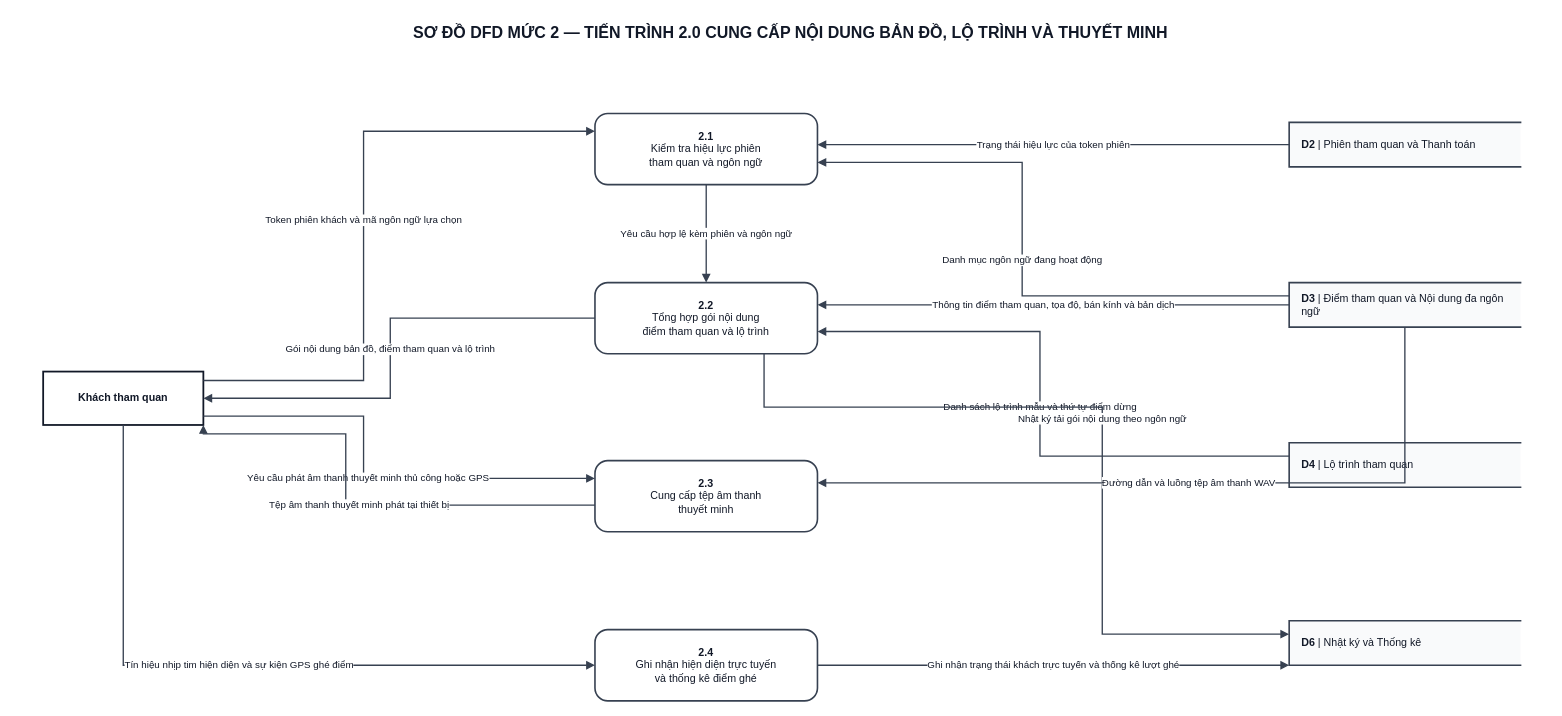
The draw.io diagram docs/diagram/dfd/DFD_Level_2_P2_Visitor_Content_Audio.drawio in Kazuken123/prj_sgu26_cnpm, before the edit. Source tidied: cells renumbered, new cells numbered last; positions are measured from the earlier drawing's top-left corner, leaving out a move shared by most shapes. Both pictures are drawn from the tidied source at 89%, with x=0, y=0 at pixel (34, 15).
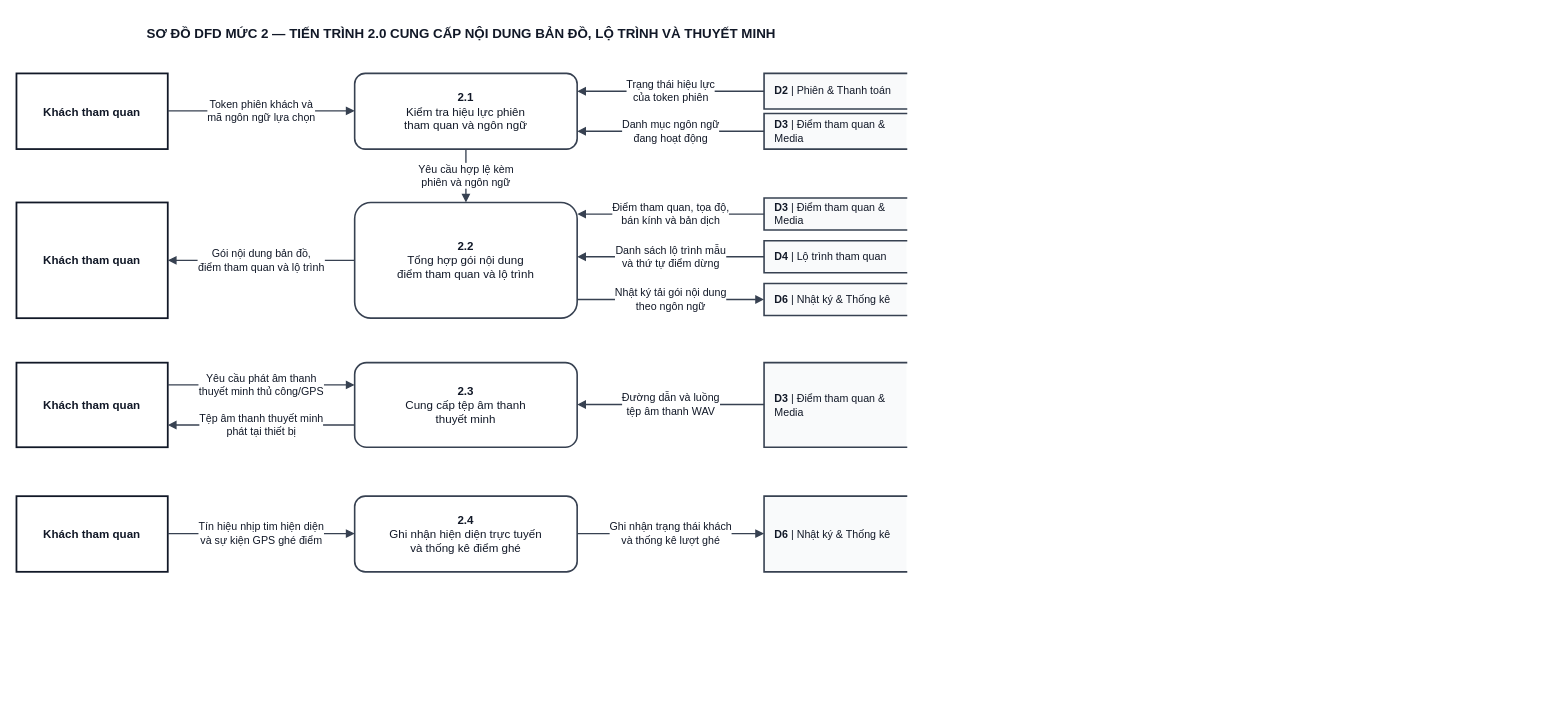
After the change.

What changed in the source:
```diff
@@
-    <mxCell id="2" value="SƠ ĐỒ DFD MỨC 2 — TIẾN TRÌNH 2.0 CUNG CẤP NỘI DUNG BẢN ĐỒ, LỘ TRÌNH VÀ THUYẾT MINH" style="text;html=1;align=center;verticalAlign=middle;whiteSpace=wrap;fontFamily=Arial;fontSize=18;fontStyle=1;fillColor=none;strokeColor=none;fontColor=#111827;" parent="1" vertex="1">
-      <mxGeometry width="1700" height="40" as="geometry" />
+    <mxCell id="2" value="SƠ ĐỒ DFD MỨC 2 — TIẾN TRÌNH 2.0 CUNG CẤP NỘI DUNG BẢN ĐỒ, LỘ TRÌNH VÀ THUYẾT MINH" style="text;html=1;align=center;verticalAlign=middle;whiteSpace=wrap;fontFamily=Arial;fontSize=15;fontStyle=1;fillColor=none;strokeColor=none;fontColor=#111827;" parent="1" vertex="1">
+      <mxGeometry x="-20" width="1000" height="40" as="geometry" />
     </mxCell>
-    <mxCell id="3" value="Khách tham quan" style="rounded=0;whiteSpace=wrap;html=1;fillColor=#FFFFFF;strokeColor=#111827;strokeWidth=2;fontFamily=Arial;fontSize=12;fontStyle=1;fontColor=#111827;align=center;" parent="1" vertex="1">
-      <mxGeometry x="10" y="400" width="180" height="60" as="geometry" />
-    </mxCell>
-    <mxCell id="4" value="&lt;b&gt;D2&lt;/b&gt; | Phiên tham quan và Thanh toán" style="shape=partialRectangle;whiteSpace=wrap;html=1;left=1;right=0;top=1;bottom=1;fillColor=#F9FAFB;strokeColor=#374151;strokeWidth=1.8;fontFamily=Arial;fontSize=12;fontColor=#111827;align=left;spacingLeft=12;" parent="1" vertex="1">
-      <mxGeometry x="1410" y="120" width="260" height="50" as="geometry" />
-    </mxCell>
-    <mxCell id="5" value="&lt;b&gt;D3&lt;/b&gt; | Điểm tham quan và Nội dung đa ngôn ngữ" style="shape=partialRectangle;whiteSpace=wrap;html=1;left=1;right=0;top=1;bottom=1;fillColor=#F9FAFB;strokeColor=#374151;strokeWidth=1.8;fontFamily=Arial;fontSize=12;fontColor=#111827;align=left;spacingLeft=12;" parent="1" vertex="1">
-      <mxGeometry x="1410" y="300" width="260" height="50" as="geometry" />
-    </mxCell>
-    <mxCell id="6" value="&lt;b&gt;D4&lt;/b&gt; | Lộ trình tham quan" style="shape=partialRectangle;whiteSpace=wrap;html=1;left=1;right=0;top=1;bottom=1;fillColor=#F9FAFB;strokeColor=#374151;strokeWidth=1.8;fontFamily=Arial;fontSize=12;fontColor=#111827;align=left;spacingLeft=12;" parent="1" vertex="1">
-      <mxGeometry x="1410" y="480" width="260" height="50" as="geometry" />
-    </mxCell>
-    <mxCell id="7" value="&lt;b&gt;D6&lt;/b&gt; | Nhật ký và Thống kê" style="shape=partialRectangle;whiteSpace=wrap;html=1;left=1;right=0;top=1;bottom=1;fillColor=#F9FAFB;strokeColor=#374151;strokeWidth=1.8;fontFamily=Arial;fontSize=12;fontColor=#111827;align=left;spacingLeft=12;" parent="1" vertex="1">
-      <mxGeometry x="1410" y="680" width="260" height="50" as="geometry" />
-    </mxCell>
-    <mxCell id="8" value="&lt;b&gt;2.1&lt;/b&gt;&lt;br/&gt;Kiểm tra hiệu lực phiên&lt;br/&gt;tham quan và ngôn ngữ" style="rounded=1;arcSize=18;whiteSpace=wrap;html=1;fillColor=#FFFFFF;strokeColor=#374151;strokeWidth=1.8;fontFamily=Arial;fontSize=12;fontColor=#111827;align=center;" parent="1" vertex="1">
-      <mxGeometry x="630" y="110" width="250" height="80" as="geometry" />
+    <mxCell id="8" value="&lt;b&gt;2.1&lt;/b&gt;&lt;br/&gt;Kiểm tra hiệu lực phiên&lt;br/&gt;tham quan và ngôn ngữ" style="rounded=1;arcSize=14;whiteSpace=wrap;html=1;fillColor=#FFFFFF;strokeColor=#374151;strokeWidth=1.8;fontFamily=Arial;fontSize=13;fontColor=#111827;align=center;" parent="1" vertex="1">
+      <mxGeometry x="360" y="65" width="250" height="85" as="geometry" />
     </mxCell>
-    <mxCell id="9" value="&lt;b&gt;2.2&lt;/b&gt;&lt;br/&gt;Tổng hợp gói nội dung&lt;br/&gt;điểm tham quan và lộ trình" style="rounded=1;arcSize=18;whiteSpace=wrap;html=1;fillColor=#FFFFFF;strokeColor=#374151;strokeWidth=1.8;fontFamily=Arial;fontSize=12;fontColor=#111827;align=center;" parent="1" vertex="1">
-      <mxGeometry x="630" y="300" width="250" height="80" as="geometry" />
+    <mxCell id="9" value="&lt;b&gt;2.2&lt;/b&gt;&lt;br/&gt;Tổng hợp gói nội dung&lt;br/&gt;điểm tham quan và lộ trình" style="rounded=1;arcSize=14;whiteSpace=wrap;html=1;fillColor=#FFFFFF;strokeColor=#374151;strokeWidth=1.8;fontFamily=Arial;fontSize=13;fontColor=#111827;align=center;" parent="1" vertex="1">
+      <mxGeometry x="360" y="210" width="250" height="130" as="geometry" />
     </mxCell>
-    <mxCell id="10" value="&lt;b&gt;2.3&lt;/b&gt;&lt;br/&gt;Cung cấp tệp âm thanh&lt;br/&gt;thuyết minh" style="rounded=1;arcSize=18;whiteSpace=wrap;html=1;fillColor=#FFFFFF;strokeColor=#374151;strokeWidth=1.8;fontFamily=Arial;fontSize=12;fontColor=#111827;align=center;" parent="1" vertex="1">
-      <mxGeometry x="630" y="500" width="250" height="80" as="geometry" />
+    <mxCell id="10" value="&lt;b&gt;2.3&lt;/b&gt;&lt;br/&gt;Cung cấp tệp âm thanh&lt;br/&gt;thuyết minh" style="rounded=1;arcSize=14;whiteSpace=wrap;html=1;fillColor=#FFFFFF;strokeColor=#374151;strokeWidth=1.8;fontFamily=Arial;fontSize=13;fontColor=#111827;align=center;" parent="1" vertex="1">
+      <mxGeometry x="360" y="390" width="250" height="95" as="geometry" />
     </mxCell>
-    <mxCell id="11" value="&lt;b&gt;2.4&lt;/b&gt;&lt;br/&gt;Ghi nhận hiện diện trực tuyến&lt;br/&gt;và thống kê điểm ghé" style="rounded=1;arcSize=18;whiteSpace=wrap;html=1;fillColor=#FFFFFF;strokeColor=#374151;strokeWidth=1.8;fontFamily=Arial;fontSize=12;fontColor=#111827;align=center;" parent="1" vertex="1">
-      <mxGeometry x="630" y="690" width="250" height="80" as="geometry" />
+    <mxCell id="11" value="&lt;b&gt;2.4&lt;/b&gt;&lt;br/&gt;Ghi nhận hiện diện trực tuyến&lt;br/&gt;và thống kê điểm ghé" style="rounded=1;arcSize=14;whiteSpace=wrap;html=1;fillColor=#FFFFFF;strokeColor=#374151;strokeWidth=1.8;fontFamily=Arial;fontSize=13;fontColor=#111827;align=center;" parent="1" vertex="1">
+      <mxGeometry x="360" y="540" width="250" height="85" as="geometry" />
     </mxCell>
+    <mxCell id="15" value="Yêu cầu hợp lệ kèm&lt;br/&gt;phiên và ngôn ngữ" style="edgeStyle=none;rounded=0;html=1;exitX=0.5;exitY=1;entryX=0.5;entryY=0;strokeColor=#374151;strokeWidth=1.5;endArrow=block;endFill=1;fontFamily=Arial;fontSize=12;fontColor=#111827;labelBackgroundColor=#FFFFFF;" parent="1" edge="1" source="8" target="9">
+      <mxGeometry relative="1" as="geometry" />
+    </mxCell>
+    <mxCell id="25" value="Khách tham quan" style="rounded=0;whiteSpace=wrap;html=1;fillColor=#FFFFFF;strokeColor=#111827;strokeWidth=2;fontFamily=Arial;fontSize=13;fontStyle=1;fontColor=#111827;align=center;" parent="1" vertex="1">
+      <mxGeometry x="-20" y="65" width="170" height="85" as="geometry" />
+    </mxCell>
+    <mxCell id="26" value="&lt;b&gt;D2&lt;/b&gt; | Phiên &amp;amp; Thanh toán" style="shape=partialRectangle;whiteSpace=wrap;html=1;left=1;right=0;top=1;bottom=1;fillColor=#F9FAFB;strokeColor=#374151;strokeWidth=1.8;fontFamily=Arial;fontSize=12;fontColor=#111827;align=left;spacingLeft=10;" parent="1" vertex="1">
+      <mxGeometry x="820" y="65" width="160" height="40" as="geometry" />
+    </mxCell>
+    <mxCell id="27" value="&lt;b&gt;D3&lt;/b&gt; | Điểm tham quan &amp;amp; Media" style="shape=partialRectangle;whiteSpace=wrap;html=1;left=1;right=0;top=1;bottom=1;fillColor=#F9FAFB;strokeColor=#374151;strokeWidth=1.8;fontFamily=Arial;fontSize=12;fontColor=#111827;align=left;spacingLeft=10;" parent="1" vertex="1">
+      <mxGeometry x="820" y="110" width="160" height="40" as="geometry" />
+    </mxCell>
-    <mxCell id="12" value="Token phiên khách và mã ngôn ngữ lựa chọn" style="edgeStyle=orthogonalEdgeStyle;rounded=0;jettySize=auto;html=1;strokeColor=#374151;strokeWidth=1.5;endArrow=block;endFill=1;fontFamily=Arial;fontSize=11;fontColor=#111827;labelBackgroundColor=#FFFFFF;" parent="1" edge="1" source="3" target="8">
-      <mxGeometry relative="1" as="geometry">
-        <Array as="points">
-          <mxPoint x="190" y="410" />
-          <mxPoint x="370" y="410" />
-          <mxPoint x="370" y="130" />
-        </Array>
-      </mxGeometry>
+    <mxCell id="12" value="Token phiên khách và&lt;br/&gt;mã ngôn ngữ lựa chọn" style="edgeStyle=none;rounded=0;html=1;exitX=1.0;exitY=0.4941;entryX=0.0;entryY=0.4941;strokeColor=#374151;strokeWidth=1.5;endArrow=block;endFill=1;fontFamily=Arial;fontSize=12;fontColor=#111827;labelBackgroundColor=#FFFFFF;" parent="1" edge="1" source="25" target="8">
+      <mxGeometry relative="1" as="geometry" />
     </mxCell>
-    <mxCell id="13" value="Trạng thái hiệu lực của token phiên" style="edgeStyle=orthogonalEdgeStyle;rounded=0;jettySize=auto;html=1;strokeColor=#374151;strokeWidth=1.5;endArrow=block;endFill=1;fontFamily=Arial;fontSize=11;fontColor=#111827;labelBackgroundColor=#FFFFFF;" parent="1" edge="1" source="4" target="8">
-      <mxGeometry relative="1" as="geometry">
-        <Array as="points">
-          <mxPoint x="1410" y="135" />
-          <mxPoint x="880" y="135" />
-        </Array>
-      </mxGeometry>
+    <mxCell id="13" value="Trạng thái hiệu lực&lt;br/&gt;của token phiên" style="edgeStyle=none;rounded=0;html=1;exitX=0.0;exitY=0.5;entryX=1.0;entryY=0.2353;strokeColor=#374151;strokeWidth=1.5;endArrow=block;endFill=1;fontFamily=Arial;fontSize=12;fontColor=#111827;labelBackgroundColor=#FFFFFF;" parent="1" edge="1" source="26" target="8">
+      <mxGeometry relative="1" as="geometry" />
     </mxCell>
-    <mxCell id="14" value="Danh mục ngôn ngữ đang hoạt động" style="edgeStyle=orthogonalEdgeStyle;rounded=0;jettySize=auto;html=1;strokeColor=#374151;strokeWidth=1.5;endArrow=block;endFill=1;fontFamily=Arial;fontSize=11;fontColor=#111827;labelBackgroundColor=#FFFFFF;" parent="1" edge="1" source="5" target="8">
-      <mxGeometry relative="1" as="geometry">
-        <Array as="points">
-          <mxPoint x="1410" y="315" />
-          <mxPoint x="1110" y="315" />
-          <mxPoint x="1110" y="165" />
-          <mxPoint x="880" y="165" />
-        </Array>
-      </mxGeometry>
+    <mxCell id="14" value="Danh mục ngôn ngữ&lt;br/&gt;đang hoạt động" style="edgeStyle=none;rounded=0;html=1;exitX=0.0;exitY=0.5;entryX=1.0;entryY=0.7647;strokeColor=#374151;strokeWidth=1.5;endArrow=block;endFill=1;fontFamily=Arial;fontSize=12;fontColor=#111827;labelBackgroundColor=#FFFFFF;" parent="1" edge="1" source="27" target="8">
+      <mxGeometry relative="1" as="geometry" />
     </mxCell>
-    <mxCell id="15" value="Yêu cầu hợp lệ kèm phiên và ngôn ngữ" style="edgeStyle=orthogonalEdgeStyle;rounded=0;jettySize=auto;html=1;strokeColor=#374151;strokeWidth=1.5;endArrow=block;endFill=1;fontFamily=Arial;fontSize=11;fontColor=#111827;labelBackgroundColor=#FFFFFF;" parent="1" edge="1" source="8" target="9">
-      <mxGeometry relative="1" as="geometry">
-        <Array as="points">
-          <mxPoint x="755" y="190" />
-          <mxPoint x="755" y="300" />
-        </Array>
-      </mxGeometry>
-    </mxCell>
+    <mxCell id="28" value="Khách tham quan" style="rounded=0;whiteSpace=wrap;html=1;fillColor=#FFFFFF;strokeColor=#111827;strokeWidth=2;fontFamily=Arial;fontSize=13;fontStyle=1;fontColor=#111827;align=center;" parent="1" vertex="1">
+      <mxGeometry x="-20" y="210" width="170" height="130" as="geometry" />
+    </mxCell>
+    <mxCell id="29" value="&lt;b&gt;D3&lt;/b&gt; | Điểm tham quan &amp;amp; Media" style="shape=partialRectangle;whiteSpace=wrap;html=1;left=1;right=0;top=1;bottom=1;fillColor=#F9FAFB;strokeColor=#374151;strokeWidth=1.8;fontFamily=Arial;fontSize=12;fontColor=#111827;align=left;spacingLeft=10;" parent="1" vertex="1">
+      <mxGeometry x="820" y="205" width="160" height="36" as="geometry" />
+    </mxCell>
+    <mxCell id="6" value="&lt;b&gt;D4&lt;/b&gt; | Lộ trình tham quan" style="shape=partialRectangle;whiteSpace=wrap;html=1;left=1;right=0;top=1;bottom=1;fillColor=#F9FAFB;strokeColor=#374151;strokeWidth=1.8;fontFamily=Arial;fontSize=12;fontColor=#111827;align=left;spacingLeft=10;" parent="1" vertex="1">
+      <mxGeometry x="820" y="253" width="160" height="36" as="geometry" />
+    </mxCell>
+    <mxCell id="30" value="&lt;b&gt;D6&lt;/b&gt; | Nhật ký &amp;amp; Thống kê" style="shape=partialRectangle;whiteSpace=wrap;html=1;left=1;right=0;top=1;bottom=1;fillColor=#F9FAFB;strokeColor=#374151;strokeWidth=1.8;fontFamily=Arial;fontSize=12;fontColor=#111827;align=left;spacingLeft=10;" parent="1" vertex="1">
+      <mxGeometry x="820" y="301" width="160" height="36" as="geometry" />
+    </mxCell>
+    <mxCell id="18" value="Gói nội dung bản đồ,&lt;br/&gt;điểm tham quan và lộ trình" style="edgeStyle=none;rounded=0;html=1;exitX=0.0;exitY=0.5;entryX=1.0;entryY=0.5;strokeColor=#374151;strokeWidth=1.5;endArrow=block;endFill=1;fontFamily=Arial;fontSize=12;fontColor=#111827;labelBackgroundColor=#FFFFFF;" parent="1" edge="1" source="9" target="28">
+      <mxGeometry relative="1" as="geometry" />
+    </mxCell>
-    <mxCell id="16" value="Thông tin điểm tham quan, tọa độ, bán kính và bản dịch" style="edgeStyle=orthogonalEdgeStyle;rounded=0;jettySize=auto;html=1;strokeColor=#374151;strokeWidth=1.5;endArrow=block;endFill=1;fontFamily=Arial;fontSize=11;fontColor=#111827;labelBackgroundColor=#FFFFFF;" parent="1" edge="1" source="5" target="9">
-      <mxGeometry relative="1" as="geometry">
-        <Array as="points">
-          <mxPoint x="1410" y="335" />
-          <mxPoint x="880" y="335" />
-        </Array>
-      </mxGeometry>
+    <mxCell id="16" value="Điểm tham quan, tọa độ,&lt;br/&gt;bán kính và bản dịch" style="edgeStyle=none;rounded=0;html=1;exitX=0.0;exitY=0.5;entryX=1.0;entryY=0.1;strokeColor=#374151;strokeWidth=1.5;endArrow=block;endFill=1;fontFamily=Arial;fontSize=12;fontColor=#111827;labelBackgroundColor=#FFFFFF;" parent="1" edge="1" source="29" target="9">
+      <mxGeometry relative="1" as="geometry" />
     </mxCell>
-    <mxCell id="17" value="Danh sách lộ trình mẫu và thứ tự điểm dừng" style="edgeStyle=orthogonalEdgeStyle;rounded=0;jettySize=auto;html=1;strokeColor=#374151;strokeWidth=1.5;endArrow=block;endFill=1;fontFamily=Arial;fontSize=11;fontColor=#111827;labelBackgroundColor=#FFFFFF;" parent="1" edge="1" source="6" target="9">
-      <mxGeometry relative="1" as="geometry">
-        <Array as="points">
-          <mxPoint x="1410" y="495" />
-          <mxPoint x="1130" y="495" />
-          <mxPoint x="1130" y="355" />
-          <mxPoint x="880" y="355" />
-        </Array>
-      </mxGeometry>
+    <mxCell id="17" value="Danh sách lộ trình mẫu&lt;br/&gt;và thứ tự điểm dừng" style="edgeStyle=none;rounded=0;html=1;exitX=0.0;exitY=0.5;entryX=1.0;entryY=0.4692;strokeColor=#374151;strokeWidth=1.5;endArrow=block;endFill=1;fontFamily=Arial;fontSize=12;fontColor=#111827;labelBackgroundColor=#FFFFFF;" parent="1" edge="1" source="6" target="9">
+      <mxGeometry relative="1" as="geometry" />
     </mxCell>
-    <mxCell id="18" value="Gói nội dung bản đồ, điểm tham quan và lộ trình" style="edgeStyle=orthogonalEdgeStyle;rounded=0;jettySize=auto;html=1;strokeColor=#374151;strokeWidth=1.5;endArrow=block;endFill=1;fontFamily=Arial;fontSize=11;fontColor=#111827;labelBackgroundColor=#FFFFFF;" parent="1" edge="1" source="9" target="3">
-      <mxGeometry relative="1" as="geometry">
-        <Array as="points">
-          <mxPoint x="630" y="340" />
-          <mxPoint x="400" y="340" />
-          <mxPoint x="400" y="430" />
-          <mxPoint x="190" y="430" />
-        </Array>
-      </mxGeometry>
-    </mxCell>
-    <mxCell id="19" value="Nhật ký tải gói nội dung theo ngôn ngữ" style="edgeStyle=orthogonalEdgeStyle;rounded=0;jettySize=auto;html=1;strokeColor=#374151;strokeWidth=1.5;endArrow=block;endFill=1;fontFamily=Arial;fontSize=11;fontColor=#111827;labelBackgroundColor=#FFFFFF;" parent="1" edge="1" source="9" target="7">
-      <mxGeometry relative="1" as="geometry">
-        <Array as="points">
-          <mxPoint x="820" y="380" />
-          <mxPoint x="820" y="440" />
-          <mxPoint x="1200" y="440" />
-          <mxPoint x="1200" y="695" />
-          <mxPoint x="1410" y="695" />
-        </Array>
-      </mxGeometry>
+    <mxCell id="19" value="Nhật ký tải gói nội dung&lt;br/&gt;theo ngôn ngữ" style="edgeStyle=none;rounded=0;html=1;exitX=1.0;exitY=0.8385;entryX=0.0;entryY=0.5;strokeColor=#374151;strokeWidth=1.5;endArrow=block;endFill=1;fontFamily=Arial;fontSize=12;fontColor=#111827;labelBackgroundColor=#FFFFFF;" parent="1" edge="1" source="9" target="30">
+      <mxGeometry relative="1" as="geometry" />
     </mxCell>
+    <mxCell id="31" value="Khách tham quan" style="rounded=0;whiteSpace=wrap;html=1;fillColor=#FFFFFF;strokeColor=#111827;strokeWidth=2;fontFamily=Arial;fontSize=13;fontStyle=1;fontColor=#111827;align=center;" parent="1" vertex="1">
+      <mxGeometry x="-20" y="390" width="170" height="95" as="geometry" />
+    </mxCell>
+    <mxCell id="32" value="&lt;b&gt;D3&lt;/b&gt; | Điểm tham quan &amp;amp; Media" style="shape=partialRectangle;whiteSpace=wrap;html=1;left=1;right=0;top=1;bottom=1;fillColor=#F9FAFB;strokeColor=#374151;strokeWidth=1.8;fontFamily=Arial;fontSize=12;fontColor=#111827;align=left;spacingLeft=10;" parent="1" vertex="1">
+      <mxGeometry x="820" y="390" width="160" height="95" as="geometry" />
+    </mxCell>
-    <mxCell id="20" value="Yêu cầu phát âm thanh thuyết minh thủ công hoặc GPS" style="edgeStyle=orthogonalEdgeStyle;rounded=0;jettySize=auto;html=1;strokeColor=#374151;strokeWidth=1.5;endArrow=block;endFill=1;fontFamily=Arial;fontSize=11;fontColor=#111827;labelBackgroundColor=#FFFFFF;" parent="1" edge="1" source="3" target="10">
-      <mxGeometry relative="1" as="geometry">
-        <Array as="points">
-          <mxPoint x="190" y="450" />
-          <mxPoint x="370" y="450" />
-          <mxPoint x="370" y="520" />
-          <mxPoint x="630" y="520" />
-        </Array>
-      </mxGeometry>
+    <mxCell id="20" value="Yêu cầu phát âm thanh&lt;br/&gt;thuyết minh thủ công/GPS" style="edgeStyle=none;rounded=0;html=1;exitX=1.0;exitY=0.2632;entryX=0.0;entryY=0.2632;strokeColor=#374151;strokeWidth=1.5;endArrow=block;endFill=1;fontFamily=Arial;fontSize=12;fontColor=#111827;labelBackgroundColor=#FFFFFF;" parent="1" edge="1" source="31" target="10">
+      <mxGeometry relative="1" as="geometry" />
     </mxCell>
+    <mxCell id="22" value="Tệp âm thanh thuyết minh&lt;br/&gt;phát tại thiết bị" style="edgeStyle=none;rounded=0;html=1;exitX=0.0;exitY=0.7368;entryX=1.0;entryY=0.7368;strokeColor=#374151;strokeWidth=1.5;endArrow=block;endFill=1;fontFamily=Arial;fontSize=12;fontColor=#111827;labelBackgroundColor=#FFFFFF;" parent="1" edge="1" source="10" target="31">
+      <mxGeometry relative="1" as="geometry" />
+    </mxCell>
-    <mxCell id="21" value="Đường dẫn và luồng tệp âm thanh WAV" style="edgeStyle=orthogonalEdgeStyle;rounded=0;jettySize=auto;html=1;strokeColor=#374151;strokeWidth=1.5;endArrow=block;endFill=1;fontFamily=Arial;fontSize=11;fontColor=#111827;labelBackgroundColor=#FFFFFF;" parent="1" edge="1" source="5" target="10">
-      <mxGeometry relative="1" as="geometry">
-        <Array as="points">
-          <mxPoint x="1540" y="350" />
-          <mxPoint x="1540" y="525" />
-          <mxPoint x="880" y="525" />
-        </Array>
-      </mxGeometry>
+    <mxCell id="21" value="Đường dẫn và luồng&lt;br/&gt;tệp âm thanh WAV" style="edgeStyle=none;rounded=0;html=1;exitX=0.0;exitY=0.4947;entryX=1.0;entryY=0.4947;strokeColor=#374151;strokeWidth=1.5;endArrow=block;endFill=1;fontFamily=Arial;fontSize=12;fontColor=#111827;labelBackgroundColor=#FFFFFF;" parent="1" edge="1" source="32" target="10">
+      <mxGeometry relative="1" as="geometry" />
     </mxCell>
-    <mxCell id="22" value="Tệp âm thanh thuyết minh phát tại thiết bị" style="edgeStyle=orthogonalEdgeStyle;rounded=0;jettySize=auto;html=1;strokeColor=#374151;strokeWidth=1.5;endArrow=block;endFill=1;fontFamily=Arial;fontSize=11;fontColor=#111827;labelBackgroundColor=#FFFFFF;" parent="1" edge="1" source="10" target="3">
-      <mxGeometry relative="1" as="geometry">
-        <Array as="points">
-          <mxPoint x="630" y="550" />
-          <mxPoint x="350" y="550" />
-          <mxPoint x="350" y="470" />
-          <mxPoint x="190" y="470" />
-        </Array>
-      </mxGeometry>
-    </mxCell>
+    <mxCell id="33" value="Khách tham quan" style="rounded=0;whiteSpace=wrap;html=1;fillColor=#FFFFFF;strokeColor=#111827;strokeWidth=2;fontFamily=Arial;fontSize=13;fontStyle=1;fontColor=#111827;align=center;" parent="1" vertex="1">
+      <mxGeometry x="-20" y="540" width="170" height="85" as="geometry" />
+    </mxCell>
+    <mxCell id="34" value="&lt;b&gt;D6&lt;/b&gt; | Nhật ký &amp;amp; Thống kê" style="shape=partialRectangle;whiteSpace=wrap;html=1;left=1;right=0;top=1;bottom=1;fillColor=#F9FAFB;strokeColor=#374151;strokeWidth=1.8;fontFamily=Arial;fontSize=12;fontColor=#111827;align=left;spacingLeft=10;" parent="1" vertex="1">
+      <mxGeometry x="820" y="540" width="160" height="85" as="geometry" />
+    </mxCell>
-    <mxCell id="23" value="Tín hiệu nhịp tim hiện diện và sự kiện GPS ghé điểm" style="edgeStyle=orthogonalEdgeStyle;rounded=0;jettySize=auto;html=1;strokeColor=#374151;strokeWidth=1.5;endArrow=block;endFill=1;fontFamily=Arial;fontSize=11;fontColor=#111827;labelBackgroundColor=#FFFFFF;" parent="1" edge="1" source="3" target="11">
-      <mxGeometry relative="1" as="geometry">
-        <Array as="points">
-          <mxPoint x="100" y="460" />
-          <mxPoint x="100" y="730" />
-          <mxPoint x="630" y="730" />
-        </Array>
-      </mxGeometry>
+    <mxCell id="23" value="Tín hiệu nhịp tim hiện diện&lt;br/&gt;và sự kiện GPS ghé điểm" style="edgeStyle=none;rounded=0;html=1;exitX=1.0;exitY=0.4941;entryX=0.0;entryY=0.4941;strokeColor=#374151;strokeWidth=1.5;endArrow=block;endFill=1;fontFamily=Arial;fontSize=12;fontColor=#111827;labelBackgroundColor=#FFFFFF;" parent="1" edge="1" source="33" target="11">
+      <mxGeometry relative="1" as="geometry" />
     </mxCell>
-    <mxCell id="24" value="Ghi nhận trạng thái khách trực tuyến và thống kê lượt ghé" style="edgeStyle=orthogonalEdgeStyle;rounded=0;jettySize=auto;html=1;strokeColor=#374151;strokeWidth=1.5;endArrow=block;endFill=1;fontFamily=Arial;fontSize=11;fontColor=#111827;labelBackgroundColor=#FFFFFF;" parent="1" edge="1" source="11" target="7">
-      <mxGeometry relative="1" as="geometry">
-        <Array as="points">
-          <mxPoint x="880" y="730" />
-          <mxPoint x="1410" y="730" />
-        </Array>
-      </mxGeometry>
+    <mxCell id="24" value="Ghi nhận trạng thái khách&lt;br/&gt;và thống kê lượt ghé" style="edgeStyle=none;rounded=0;html=1;exitX=1.0;exitY=0.4941;entryX=0.0;entryY=0.4941;strokeColor=#374151;strokeWidth=1.5;endArrow=block;endFill=1;fontFamily=Arial;fontSize=12;fontColor=#111827;labelBackgroundColor=#FFFFFF;" parent="1" edge="1" source="11" target="34">
+      <mxGeometry relative="1" as="geometry" />
     </mxCell>
```
